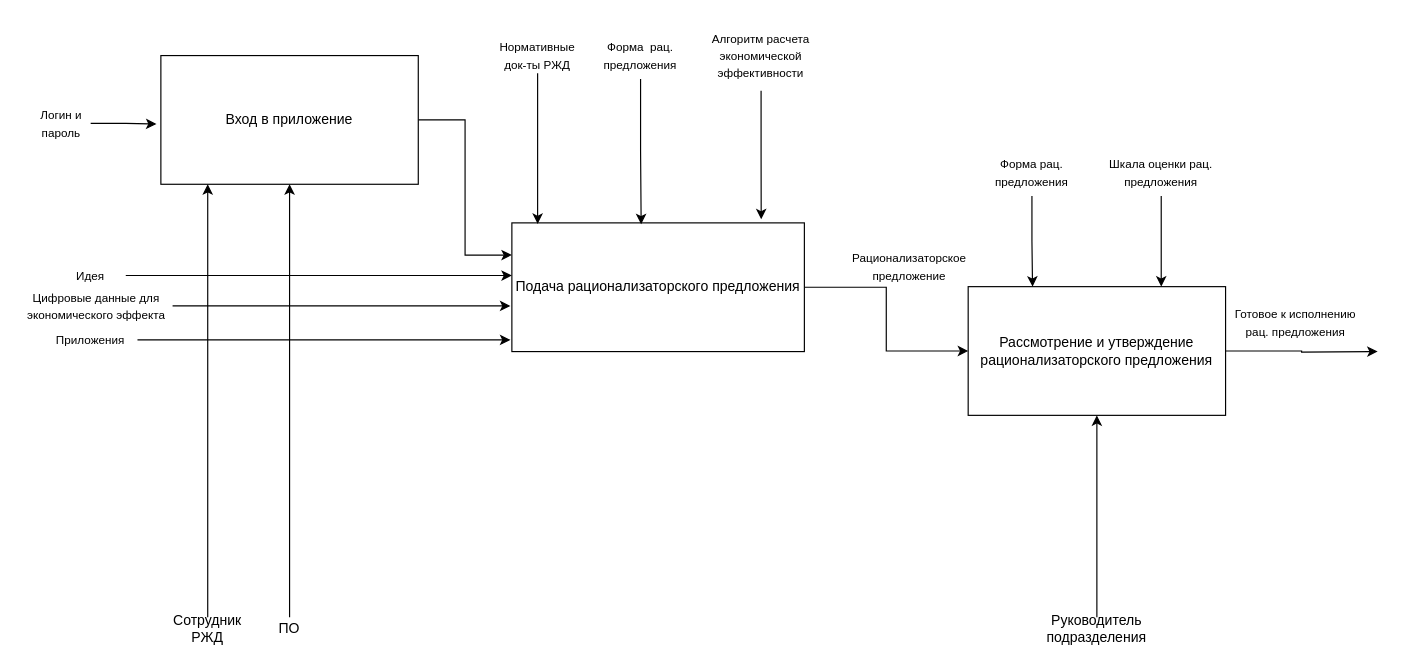
Above: page "IDEF0 декомпозиция" (2 of 4) of IDEF0.drawio in Ideas-maker/diagram (draw.io), before the change. Source tidied: cells renumbered, new cells numbered last; positions are measured from the earlier drawing's top-left corner, leaving out a move shared by most shapes. Both pictures are drawn from the tidied source at 117%, with x=0, y=0 at pixel (20, 20).
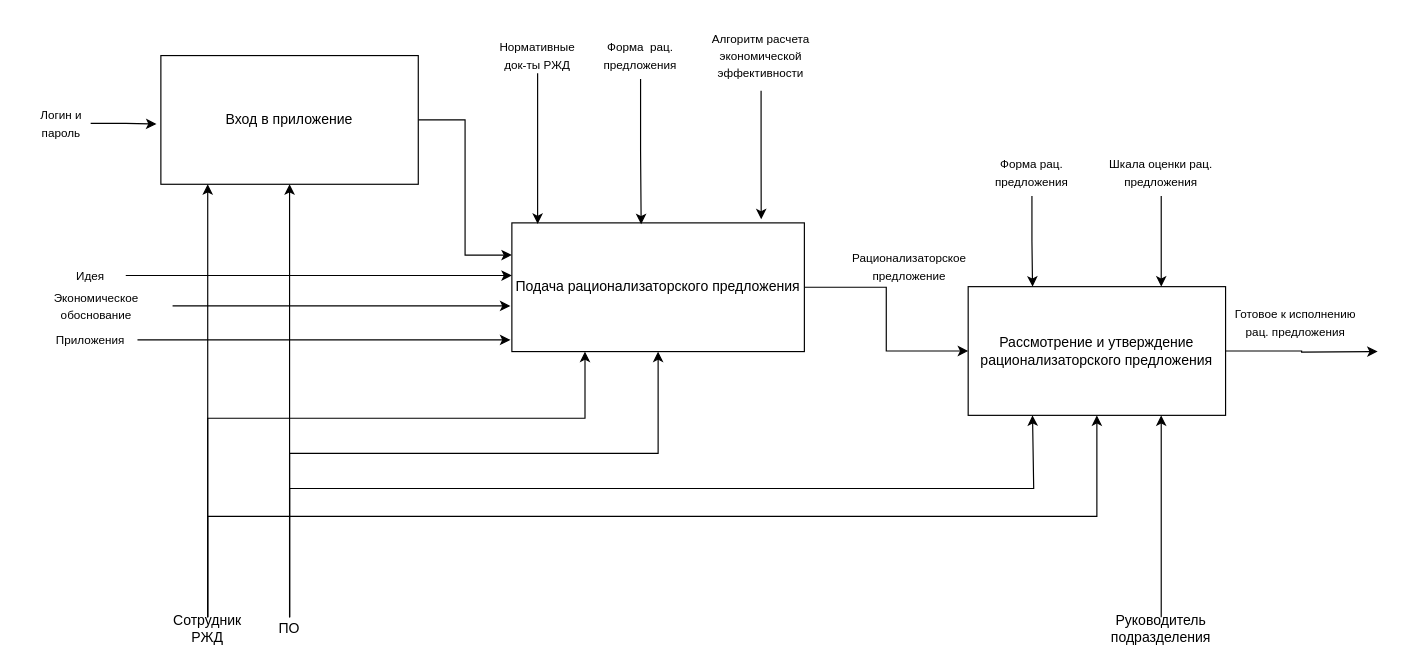
The same diagram, later.

Unchanged cells that the change refers to:
```xml
<mxCell id="5" value="&lt;font style=&quot;font-size: 12px&quot;&gt;Подача рационализаторского предложения&lt;/font&gt;" style="rounded=0;whiteSpace=wrap;html=1;fontSize=10;" parent="1" vertex="1">
  <mxGeometry x="420" y="173" width="250" height="110" as="geometry" />
</mxCell>
<mxCell id="7" value="&lt;font style=&quot;font-size: 12px&quot;&gt;Рассмотрение и утверждение рационализаторского предложения&lt;/font&gt;" style="rounded=0;whiteSpace=wrap;html=1;fontSize=10;" parent="1" vertex="1">
  <mxGeometry x="810" y="227.5" width="220" height="110" as="geometry" />
</mxCell>
<mxCell id="11" value="Сотрудник РЖД" style="text;html=1;strokeColor=none;fillColor=none;align=center;verticalAlign=middle;whiteSpace=wrap;rounded=0;fontSize=12;" parent="1" vertex="1">
  <mxGeometry x="140" y="510" width="40" height="20" as="geometry" />
</mxCell>
<mxCell id="13" value="ПО" style="text;html=1;strokeColor=none;fillColor=none;align=center;verticalAlign=middle;whiteSpace=wrap;rounded=0;fontSize=12;" parent="1" vertex="1">
  <mxGeometry x="210" y="510" width="40" height="20" as="geometry" />
</mxCell>
```

The edit, as a diff of the source:
```diff
@@
+    <mxCell id="34" style="edgeStyle=orthogonalEdgeStyle;rounded=0;jettySize=auto;html=1;exitX=0.5;exitY=0;exitDx=0;exitDy=0;entryX=0.25;entryY=1;entryDx=0;entryDy=0;fontSize=10;" parent="1" edge="1" source="11" target="5">
+      <mxGeometry relative="1" as="geometry">
+        <Array as="points">
+          <mxPoint x="160" y="340" />
+          <mxPoint x="482" y="340" />
+        </Array>
+      </mxGeometry>
+    </mxCell>
+    <mxCell id="35" style="edgeStyle=orthogonalEdgeStyle;rounded=0;jettySize=auto;html=1;exitX=0.5;exitY=0;exitDx=0;exitDy=0;entryX=0.5;entryY=1;entryDx=0;entryDy=0;fontSize=10;" parent="1" edge="1" source="11" target="7">
+      <mxGeometry relative="1" as="geometry" />
+    </mxCell>
@@
+    <mxCell id="36" style="edgeStyle=orthogonalEdgeStyle;rounded=0;jettySize=auto;html=1;exitX=0.5;exitY=0;exitDx=0;exitDy=0;fontSize=10;" parent="1" edge="1" source="13" target="5">
+      <mxGeometry relative="1" as="geometry">
+        <Array as="points">
+          <mxPoint x="230" y="370" />
+          <mxPoint x="545" y="370" />
+        </Array>
+      </mxGeometry>
+    </mxCell>
+    <mxCell id="37" style="edgeStyle=orthogonalEdgeStyle;rounded=0;jettySize=auto;html=1;exitX=0.5;exitY=0;exitDx=0;exitDy=0;entryX=0.25;entryY=1;entryDx=0;entryDy=0;fontSize=10;" parent="1" edge="1" source="13" target="7">
+      <mxGeometry relative="1" as="geometry">
+        <Array as="points">
+          <mxPoint x="230" y="400" />
+          <mxPoint x="866" y="400" />
+        </Array>
+      </mxGeometry>
+    </mxCell>
@@
-    <mxCell id="17" value="&lt;font style=&quot;font-size: 10px&quot;&gt;Цифровые данные для экономического эффекта&lt;/font&gt;" style="text;html=1;strokeColor=none;fillColor=none;align=center;verticalAlign=middle;whiteSpace=wrap;rounded=0;fontSize=12;" parent="1" vertex="1">
+    <mxCell id="17" value="&lt;span style=&quot;font-size: 10px&quot;&gt;Экономическое обоснование&lt;/span&gt;" style="text;html=1;strokeColor=none;fillColor=none;align=center;verticalAlign=middle;whiteSpace=wrap;rounded=0;fontSize=12;" parent="1" vertex="1">
       <mxGeometry y="228" width="130" height="32" as="geometry" />
     </mxCell>
@@
-    <mxCell id="25" style="edgeStyle=orthogonalEdgeStyle;rounded=0;jettySize=auto;html=1;exitX=0.5;exitY=0;exitDx=0;exitDy=0;entryX=0.5;entryY=1;entryDx=0;entryDy=0;fontSize=12;" parent="1" edge="1" source="26" target="7">
-      <mxGeometry relative="1" as="geometry" />
+    <mxCell id="25" style="edgeStyle=orthogonalEdgeStyle;rounded=0;jettySize=auto;html=1;exitX=0.5;exitY=0;exitDx=0;exitDy=0;entryX=0.75;entryY=1;entryDx=0;entryDy=0;fontSize=12;" parent="1" edge="1" source="26" target="7">
+      <mxGeometry relative="1" as="geometry">
+        <Array as="points">
+          <mxPoint x="975" y="510" />
+        </Array>
+      </mxGeometry>
     </mxCell>
     <mxCell id="26" value="Руководитель подразделения" style="text;html=1;strokeColor=none;fillColor=none;align=center;verticalAlign=middle;whiteSpace=wrap;rounded=0;fontSize=12;" parent="1" vertex="1">
-      <mxGeometry x="870" y="510" width="100" height="20" as="geometry" />
+      <mxGeometry x="925" y="510" width="100" height="20" as="geometry" />
     </mxCell>
```
